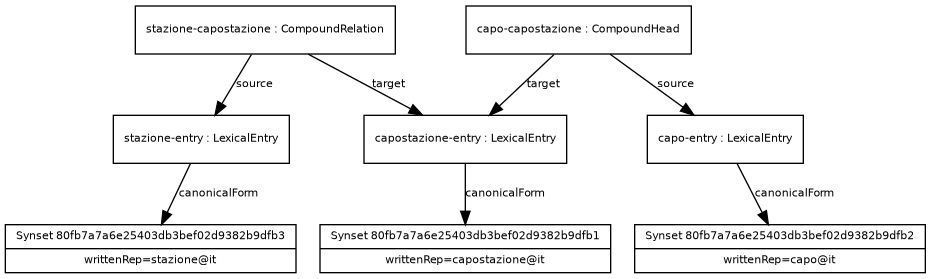
ontolex/morph keeps this Graphviz diagram as examples/example_18.png. Above is the earlier version. Its source is kept beside it as examples/example_18.dot.
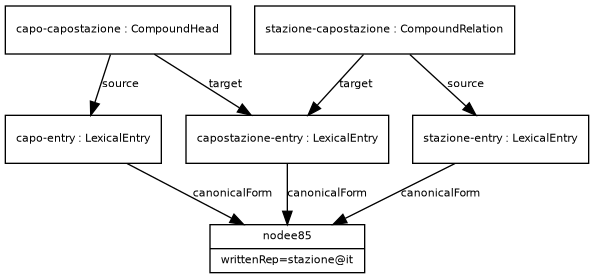
Later version of the same file.

What changed in the source:
```diff
@@ -13,19 +13,19 @@
       fontsize = 8
     ]
 
-Synset80fb7a7a6e25403db3bef02d9382b9dfb3 [ label="{Synset 80fb7a7a6e25403db3bef02d9382b9dfb3|writtenRep=stazione@it}" ]
-stazioneentry -> Synset80fb7a7a6e25403db3bef02d9382b9dfb3 [ label="canonicalForm" ]
+nodee85 [ label="{nodee85|writtenRep=capo@it}" ]
+capoentry -> nodee85 [ label="canonicalForm" ]
+capoentry [ label="{capo-entry : LexicalEntry}" ]
+capocapostazione -> capoentry [ label="source" ]
+nodee85 [ label="{nodee85|writtenRep=capostazione@it}" ]
+capostazioneentry -> nodee85 [ label="canonicalForm" ]
+capostazioneentry [ label="{capostazione-entry : LexicalEntry}" ]
+capocapostazione -> capostazioneentry [ label="target" ]
+capocapostazione [ label="{capo-capostazione : CompoundHead}" ]
+nodee85 [ label="{nodee85|writtenRep=stazione@it}" ]
+stazioneentry -> nodee85 [ label="canonicalForm" ]
 stazioneentry [ label="{stazione-entry : LexicalEntry}" ]
 stazionecapostazione -> stazioneentry [ label="source" ]
-Synset80fb7a7a6e25403db3bef02d9382b9dfb1 [ label="{Synset 80fb7a7a6e25403db3bef02d9382b9dfb1|writtenRep=capostazione@it}" ]
-capostazioneentry -> Synset80fb7a7a6e25403db3bef02d9382b9dfb1 [ label="canonicalForm" ]
-capostazioneentry [ label="{capostazione-entry : LexicalEntry}" ]
 stazionecapostazione -> capostazioneentry [ label="target" ]
 stazionecapostazione [ label="{stazione-capostazione : CompoundRelation}" ]
-Synset80fb7a7a6e25403db3bef02d9382b9dfb2 [ label="{Synset 80fb7a7a6e25403db3bef02d9382b9dfb2|writtenRep=capo@it}" ]
-capoentry -> Synset80fb7a7a6e25403db3bef02d9382b9dfb2 [ label="canonicalForm" ]
-capoentry [ label="{capo-entry : LexicalEntry}" ]
-capocapostazione -> capoentry [ label="source" ]
-capocapostazione -> capostazioneentry [ label="target" ]
-capocapostazione [ label="{capo-capostazione : CompoundHead}" ]
 }
```
